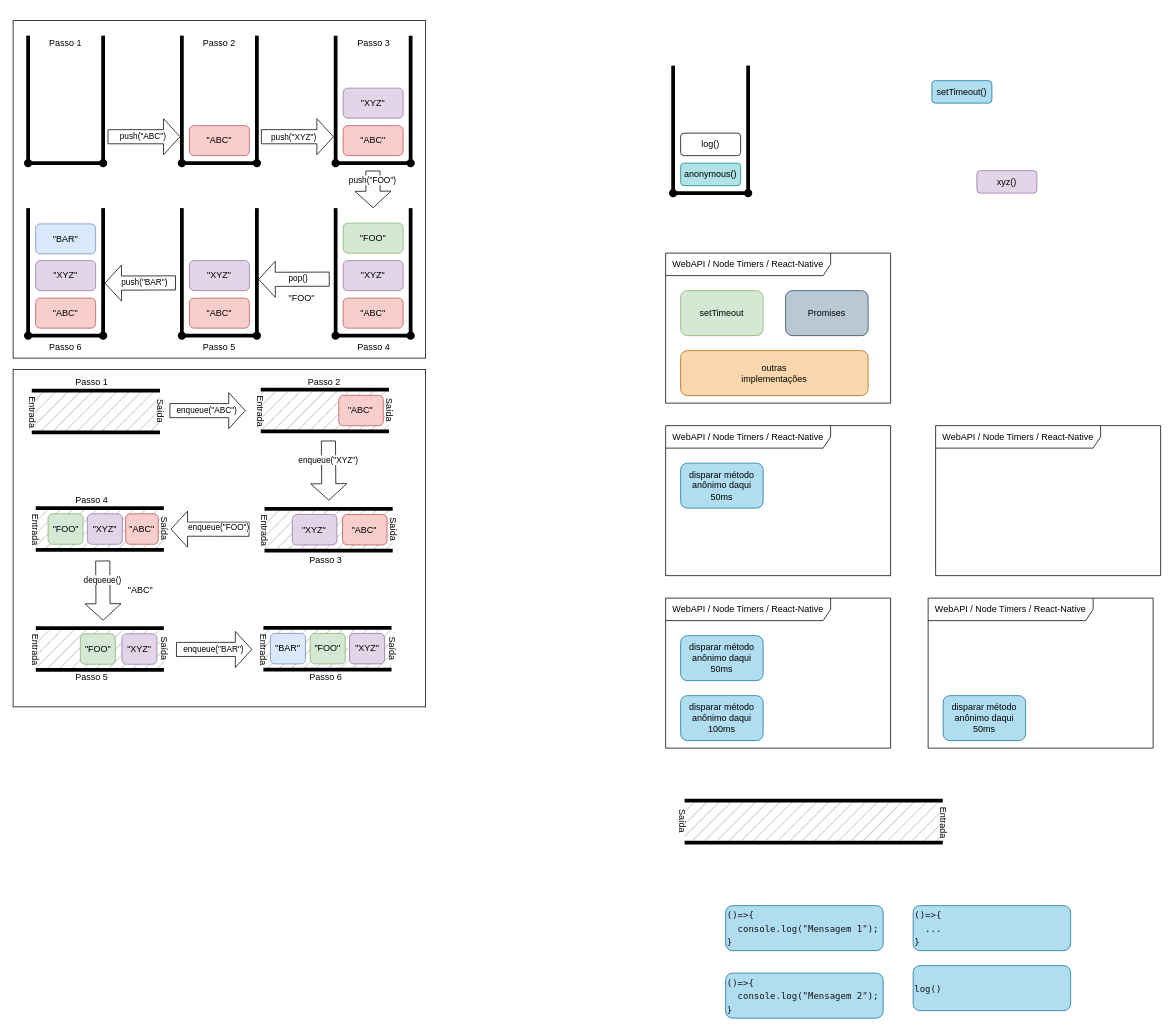
Earlier version of the draw.io diagram pilha_01.drawio (moreira/fila_pilha_async_await). Source tidied: cells renumbered, new cells numbered last; positions are measured from the earlier drawing's top-left corner, leaving out a move shared by most shapes. Both pictures are drawn from the tidied source at 75%, with x=0, y=0 at pixel (13, 20).
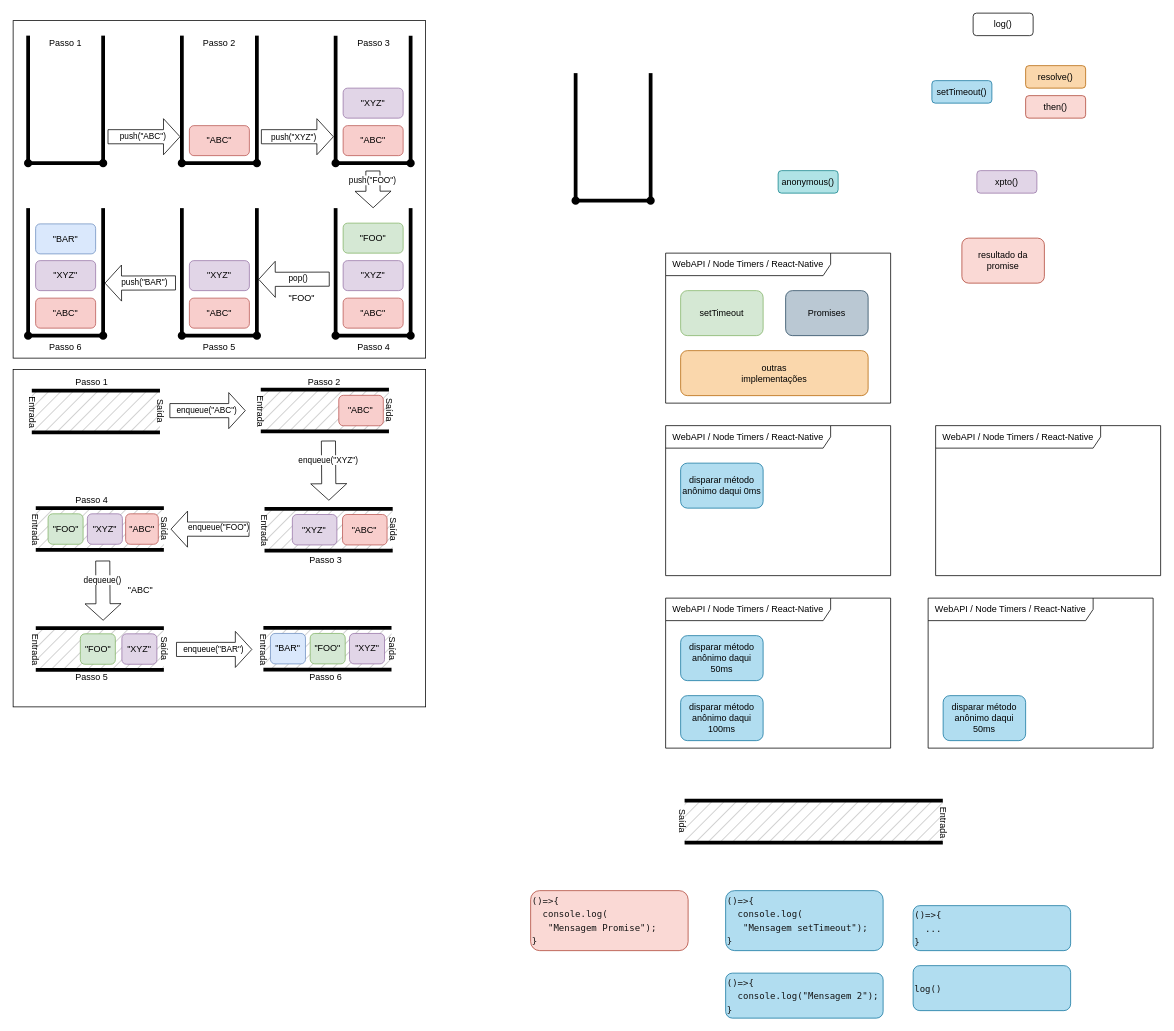
The same page after the edit.

Diff of the diagram source:
```diff
@@
     <mxCell id="127" style="group;" parent="1" vertex="1">
-      <mxGeometry x="880" y="60" width="100" height="170" as="geometry" />
+      <mxGeometry x="750" y="70" width="100" height="170" as="geometry" />
     </mxCell>
@@
-    <mxCell id="131" value="anonymous()" style="rounded=1;whiteSpace=wrap;html=1;fillColor=#b0e3e6;strokeColor=#0e8088;" parent="127" vertex="1">
-      <mxGeometry x="10" y="130" width="80" height="30" as="geometry" />
-    </mxCell>
-    <mxCell id="132" value="log()" style="rounded=1;whiteSpace=wrap;html=1;" parent="127" vertex="1">
-      <mxGeometry x="10" y="90" width="80" height="30" as="geometry" />
-    </mxCell>
-    <mxCell id="133" value="xyz()" style="rounded=1;whiteSpace=wrap;html=1;fillColor=#e1d5e7;strokeColor=#9673a6;" parent="1" vertex="1">
+    <mxCell id="133" value="xpto()" style="rounded=1;whiteSpace=wrap;html=1;fillColor=#e1d5e7;strokeColor=#9673a6;" parent="1" vertex="1">
       <mxGeometry x="1285" y="200" width="80" height="30" as="geometry" />
     </mxCell>
@@
-    <mxCell id="139" value="disparar método anônimo daqui 50ms" style="rounded=1;whiteSpace=wrap;html=1;fillColor=#b1ddf0;strokeColor=#10739e;" parent="1" vertex="1">
+    <mxCell id="139" value="disparar método anônimo daqui 0ms" style="rounded=1;whiteSpace=wrap;html=1;fillColor=#b1ddf0;strokeColor=#10739e;" parent="1" vertex="1">
       <mxGeometry x="890" y="590" width="110" height="60" as="geometry" />
     </mxCell>
@@
-    <mxCell id="150" value="&lt;div style=&quot;font-family: Menlo, Monaco, &amp;quot;Courier New&amp;quot;, monospace; line-height: 18px; white-space: pre;&quot;&gt;&lt;div style=&quot;&quot;&gt;&lt;font color=&quot;#141414&quot;&gt;()=&amp;gt;{&lt;/font&gt;&lt;/div&gt;&lt;div style=&quot;&quot;&gt;&lt;font color=&quot;#141414&quot;&gt;  console.log(&quot;Mensagem 1&quot;);&lt;/font&gt;&lt;/div&gt;&lt;div style=&quot;&quot;&gt;&lt;font color=&quot;#141414&quot;&gt;}&lt;/font&gt;&lt;/div&gt;&lt;/div&gt;" style="rounded=1;whiteSpace=wrap;html=1;fillColor=#b1ddf0;strokeColor=#10739e;align=left;" parent="1" vertex="1">
-      <mxGeometry x="950" y="1180" width="210" height="60" as="geometry" />
+    <mxCell id="150" value="&lt;div style=&quot;font-family: Menlo, Monaco, &amp;quot;Courier New&amp;quot;, monospace; line-height: 18px; white-space: pre;&quot;&gt;&lt;div style=&quot;&quot;&gt;&lt;font color=&quot;#141414&quot;&gt;()=&amp;gt;{&lt;/font&gt;&lt;/div&gt;&lt;div style=&quot;&quot;&gt;&lt;font color=&quot;#141414&quot;&gt;  console.log(&lt;br&gt;   &quot;Mensagem setTimeout&quot;);&lt;/font&gt;&lt;/div&gt;&lt;div style=&quot;&quot;&gt;&lt;font color=&quot;#141414&quot;&gt;}&lt;/font&gt;&lt;/div&gt;&lt;/div&gt;" style="rounded=1;whiteSpace=wrap;html=1;fillColor=#b1ddf0;strokeColor=#10739e;align=left;" parent="1" vertex="1">
+      <mxGeometry x="950" y="1160" width="210" height="80" as="geometry" />
     </mxCell>
@@
+    <mxCell id="132" value="log()" style="rounded=1;whiteSpace=wrap;html=1;" parent="1" vertex="1">
+      <mxGeometry x="1280" y="-10" width="80" height="30" as="geometry" />
+    </mxCell>
+    <mxCell id="157" value="then()" style="rounded=1;whiteSpace=wrap;html=1;fillColor=#fad9d5;strokeColor=#ae4132;" parent="1" vertex="1">
+      <mxGeometry x="1350" y="100" width="80" height="30" as="geometry" />
+    </mxCell>
+    <mxCell id="158" value="resolve()" style="rounded=1;whiteSpace=wrap;html=1;fillColor=#fad7ac;strokeColor=#b46504;" parent="1" vertex="1">
+      <mxGeometry x="1350" y="60" width="80" height="30" as="geometry" />
+    </mxCell>
+    <mxCell id="159" value="resultado da promise" style="rounded=1;whiteSpace=wrap;html=1;fillColor=#fad9d5;strokeColor=#ae4132;" parent="1" vertex="1">
+      <mxGeometry x="1265" y="290" width="110" height="60" as="geometry" />
+    </mxCell>
+    <mxCell id="160" value="&lt;div style=&quot;font-family: Menlo, Monaco, &amp;quot;Courier New&amp;quot;, monospace; line-height: 18px; white-space: pre;&quot;&gt;&lt;div style=&quot;&quot;&gt;&lt;font color=&quot;#141414&quot;&gt;()=&amp;gt;{&lt;/font&gt;&lt;/div&gt;&lt;div style=&quot;&quot;&gt;&lt;font color=&quot;#141414&quot;&gt;  console.log(&lt;br&gt;   &quot;Mensagem Promise&quot;);&lt;/font&gt;&lt;/div&gt;&lt;div style=&quot;&quot;&gt;&lt;font color=&quot;#141414&quot;&gt;}&lt;/font&gt;&lt;/div&gt;&lt;/div&gt;" style="rounded=1;whiteSpace=wrap;html=1;fillColor=#fad9d5;strokeColor=#ae4132;align=left;" parent="1" vertex="1">
+      <mxGeometry x="690" y="1160" width="210" height="80" as="geometry" />
+    </mxCell>
+    <mxCell id="131" value="anonymous()" style="rounded=1;whiteSpace=wrap;html=1;fillColor=#b0e3e6;strokeColor=#0e8088;" parent="1" vertex="1">
+      <mxGeometry x="1020" y="200" width="80" height="30" as="geometry" />
+    </mxCell>
```
